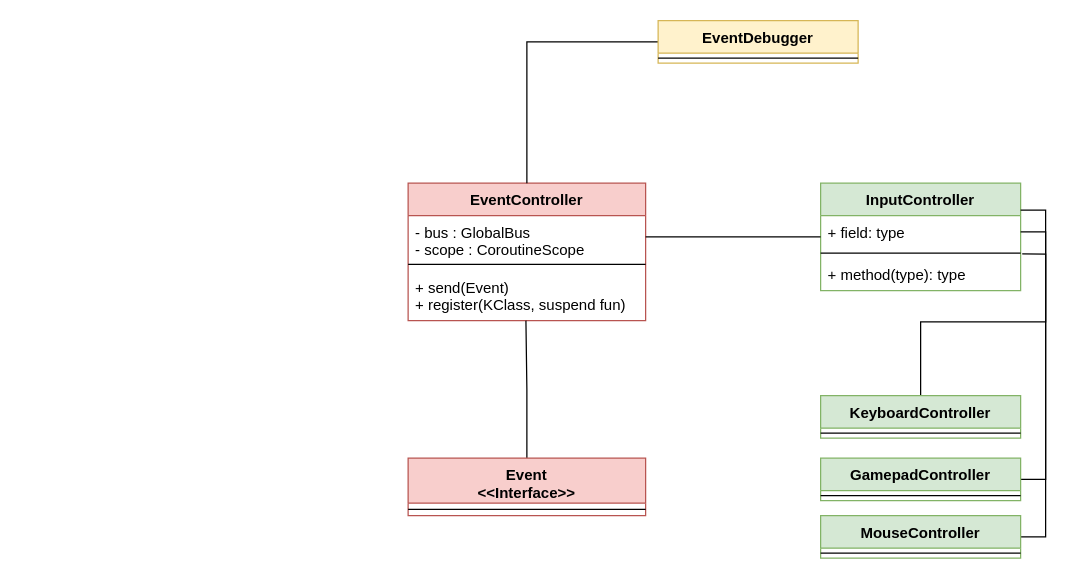
This is diagrams/Planung.drawio from emign/projektQ11_21, a draw.io file, before an edit. Source tidied: cells renumbered, new cells numbered last; positions are measured from the earlier drawing's top-left corner, leaving out a move shared by most shapes. Both pictures are drawn from the tidied source at 125%, with x=0, y=0 at pixel (408, 20).
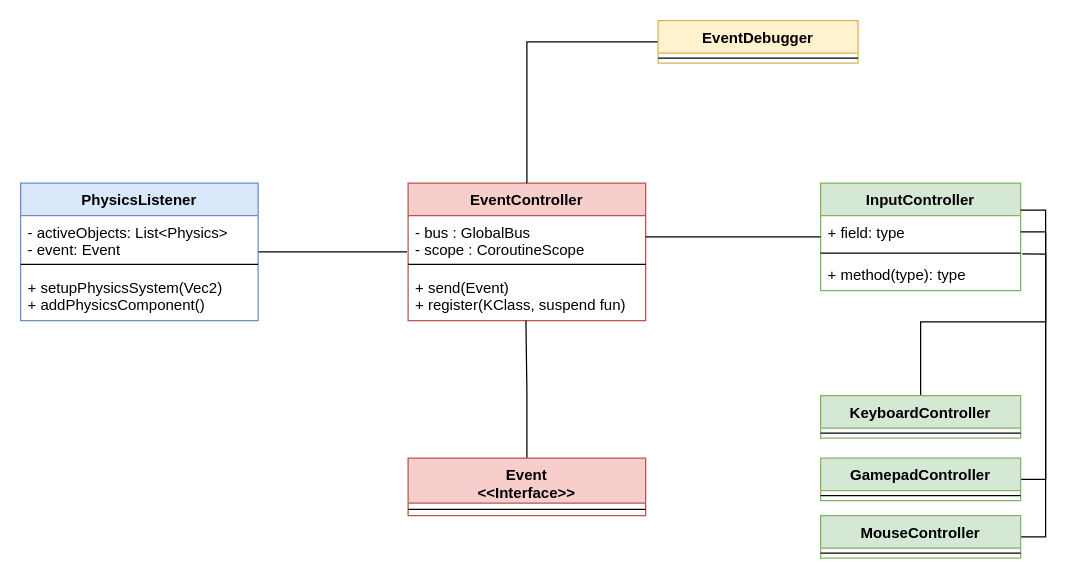
After the change.

The change refers to these unchanged cells:
```xml
<mxCell id="3" value="- bus : GlobalBus&#10;- scope : CoroutineScope" style="text;strokeColor=none;fillColor=none;align=left;verticalAlign=top;spacingLeft=4;spacingRight=4;overflow=hidden;points=[[0,0.5],[1,0.5]];portConstraint=eastwest;" parent="2" vertex="1">
  <mxGeometry y="26" width="190" height="34" as="geometry" />
</mxCell>
```

What changed in the source:
```diff
@@
+    <mxCell id="26" style="edgeStyle=orthogonalEdgeStyle;rounded=0;jettySize=auto;html=1;entryX=-0.005;entryY=0.853;entryDx=0;entryDy=0;entryPerimeter=0;endArrow=none;endFill=0;" parent="1" edge="1" source="27" target="3">
+      <mxGeometry relative="1" as="geometry" />
+    </mxCell>
+    <mxCell id="27" value="PhysicsListener" style="swimlane;fontStyle=1;align=center;verticalAlign=top;horizontal=1;startSize=26;fillColor=#dae8fc;strokeColor=#6c8ebf;" parent="1" vertex="1">
+      <mxGeometry x="-310" y="130" width="190" height="110" as="geometry" />
+    </mxCell>
+    <mxCell id="28" value="- activeObjects: List&lt;Physics&gt;&#10;- event: Event&#10;" style="text;strokeColor=none;fillColor=none;align=left;verticalAlign=top;spacingLeft=4;spacingRight=4;overflow=hidden;" parent="27" vertex="1">
+      <mxGeometry y="26" width="190" height="34" as="geometry" />
+    </mxCell>
+    <mxCell id="29" style="line;strokeWidth=1;fillColor=none;align=left;verticalAlign=middle;spacingTop=-1;spacingLeft=3;spacingRight=3;labelPosition=right;" parent="27" vertex="1">
+      <mxGeometry y="60" width="190" height="10" as="geometry" />
+    </mxCell>
+    <mxCell id="30" value="+ setupPhysicsSystem(Vec2)&#10;+ addPhysicsComponent()&#10;" style="text;strokeColor=none;fillColor=none;align=left;verticalAlign=top;spacingLeft=4;spacingRight=4;overflow=hidden;" parent="27" vertex="1">
+      <mxGeometry y="70" width="190" height="40" as="geometry" />
+    </mxCell>
```
